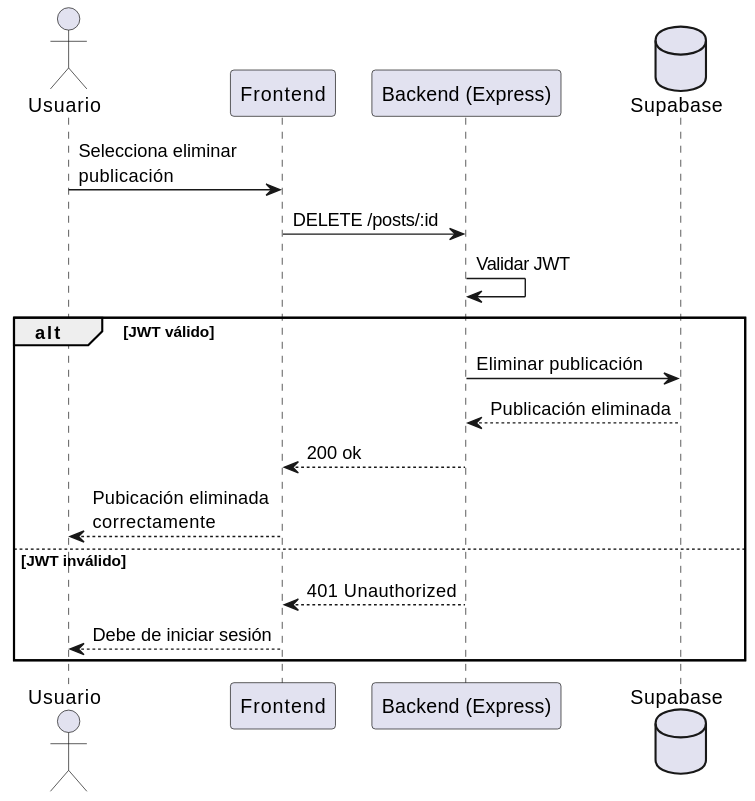
lukasa133/proyecto-foro-musica keeps this PlantUML diagram as docs/diagrams/sequence/HU-08-EliminarPublicacion.svg. Above is the earlier version.
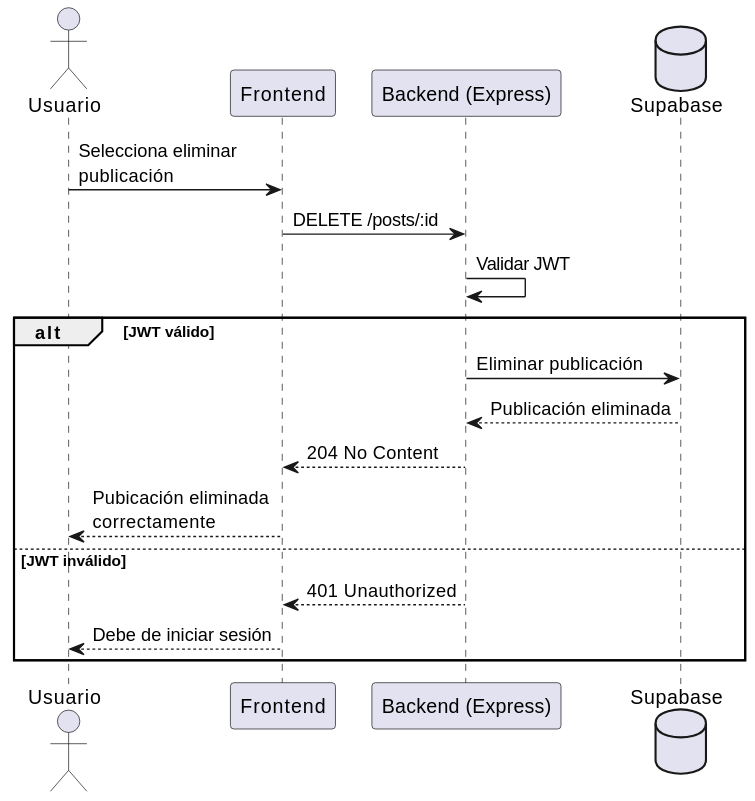
The same diagram one commit later.

Commit message:
docs: Implementar diagrama de secuencia para la historia HU-11, HU-12, HU-13, HU-14, HU-15 Co-authored-by: Luis Dueñas <Luis.a.d.f.beto@gmail.com>

Change to the diagram source:
```diff
@@ -12,7 +12,7 @@
     Backend -> Supabase : Eliminar publicación
 
     Supabase --> Backend : Publicación eliminada
-    Backend --> Frontend : 200 ok
+    Backend --> Frontend : 204 No Content
     Frontend --> Usuario : Pubicación eliminada \ncorrectamente
 
 else JWT inválido
```
